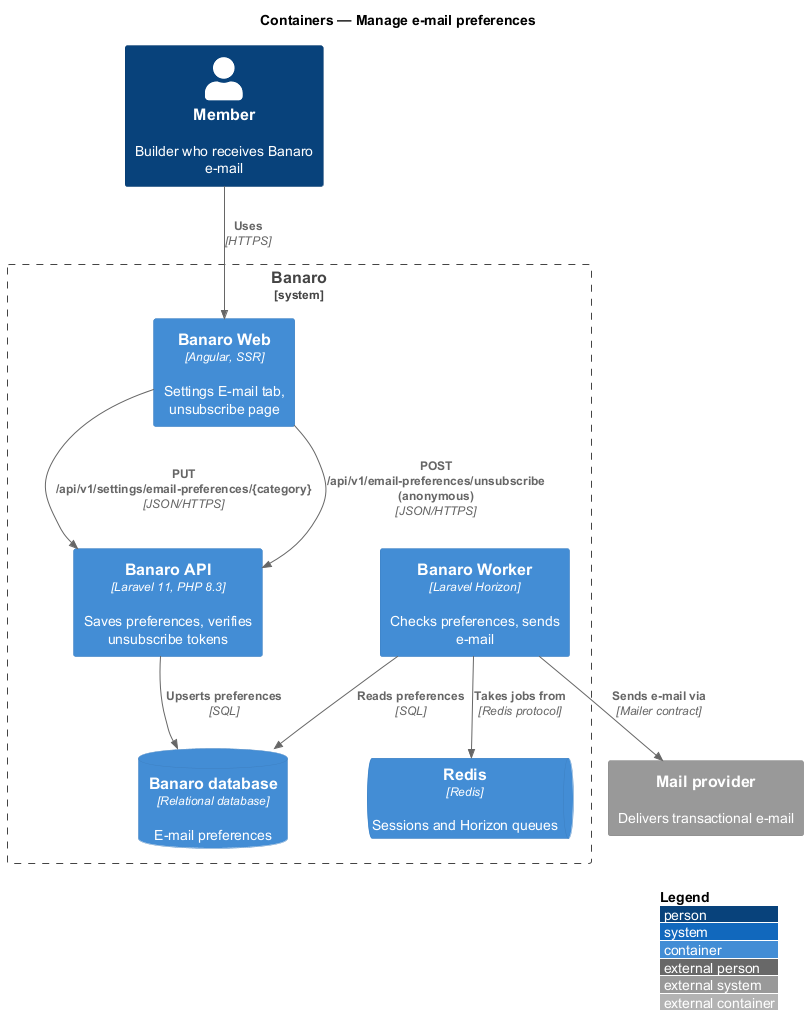
Earlier version of the PlantUML export docs/detailed-designs/settings/manage-email-preferences/diagrams/c4-container.png (QuinntyneBrown/banaro). The source it was exported from:
```plantuml
@startuml
!include <C4/C4_Container>
LAYOUT_WITH_LEGEND()
title Containers — Manage e-mail preferences

Person(member, "Member", "Builder who receives Banaro e-mail")
System_Ext(mail, "Mail provider", "Delivers transactional e-mail")

System_Boundary(banaro, "Banaro") {
  Container(web, "Banaro Web", "Angular, SSR", "Settings E-mail tab, unsubscribe page")
  Container(api, "Banaro API", "Laravel 11, PHP 8.3", "Saves preferences, verifies unsubscribe tokens")
  Container(worker, "Banaro Worker", "Laravel Horizon", "Checks preferences, sends e-mail")
  ContainerDb(db, "Banaro database", "Relational database", "E-mail preferences")
  ContainerQueue(redis, "Redis", "Redis", "Sessions and Horizon queues")
}

Rel(member, web, "Uses", "HTTPS")
Rel(web, api, "PUT /api/v1/settings/email-preferences/{category}", "JSON/HTTPS")
Rel(web, api, "POST /api/v1/email-preferences/unsubscribe (anonymous)", "JSON/HTTPS")
Rel(api, db, "Upserts preferences", "SQL")
Rel(worker, redis, "Takes jobs from", "Redis protocol")
Rel(worker, db, "Reads preferences", "SQL")
Rel(worker, mail, "Sends e-mail via", "Mailer contract")
@enduml
```
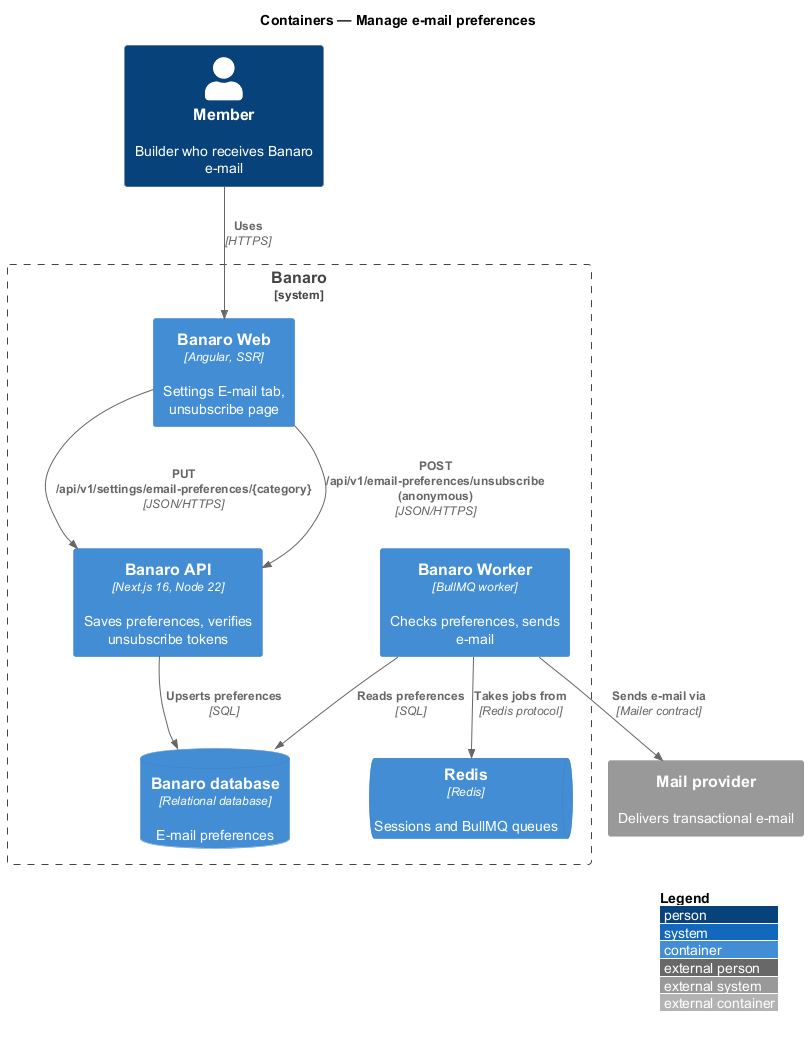
Later version of the same file.

The edit, as a diff of the source:
```diff
@@ -8,10 +8,10 @@
 
 System_Boundary(banaro, "Banaro") {
   Container(web, "Banaro Web", "Angular, SSR", "Settings E-mail tab, unsubscribe page")
-  Container(api, "Banaro API", "Laravel 11, PHP 8.3", "Saves preferences, verifies unsubscribe tokens")
-  Container(worker, "Banaro Worker", "Laravel Horizon", "Checks preferences, sends e-mail")
+  Container(api, "Banaro API", "Next.js 16, Node 22", "Saves preferences, verifies unsubscribe tokens")
+  Container(worker, "Banaro Worker", "BullMQ worker", "Checks preferences, sends e-mail")
   ContainerDb(db, "Banaro database", "Relational database", "E-mail preferences")
-  ContainerQueue(redis, "Redis", "Redis", "Sessions and Horizon queues")
+  ContainerQueue(redis, "Redis", "Redis", "Sessions and BullMQ queues")
 }
 
 Rel(member, web, "Uses", "HTTPS")
```
